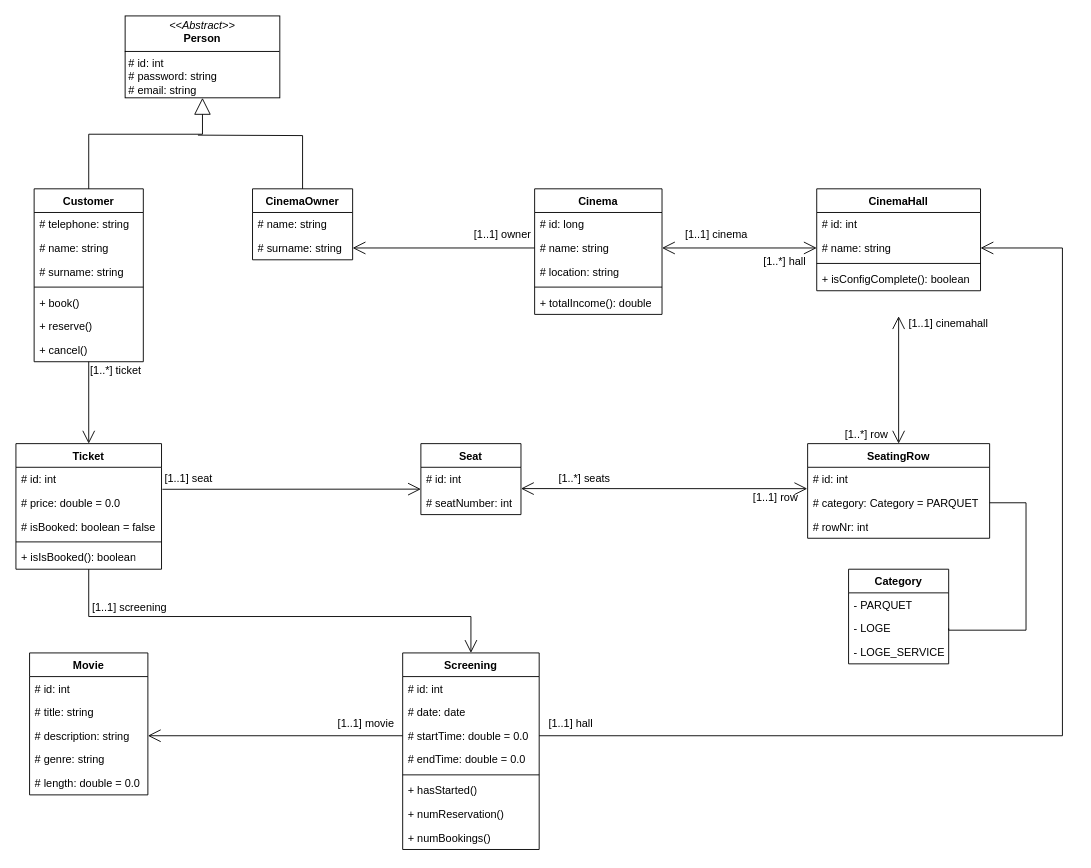
Above: page "UML-Fachklassendiagramm" (1 of 3) of doc/Diagramme.drawio in dlbuchholz/cinema-management-software (draw.io), before the change. Source tidied: cells renumbered, new cells numbered last; positions are measured from the earlier drawing's top-left corner, leaving out a move shared by most shapes. Both pictures are drawn from the tidied source at 91%, with x=0, y=0 at pixel (15, 15).
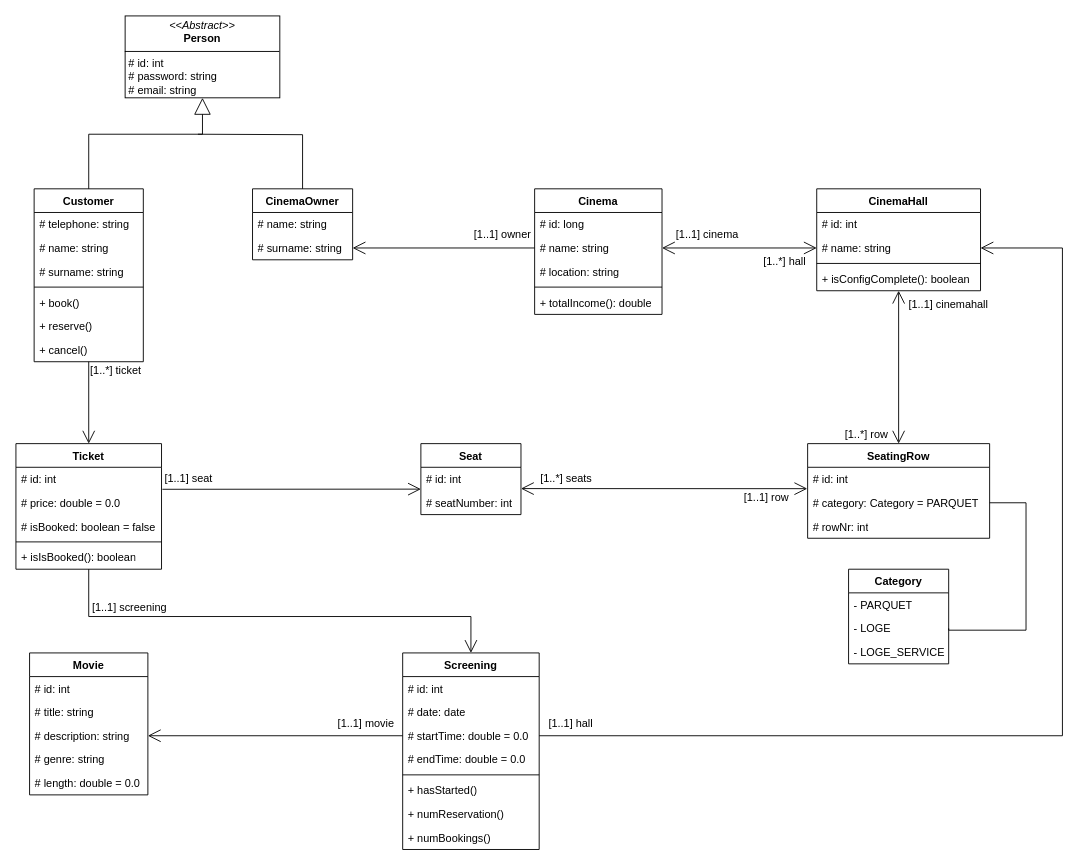
Above is the later version.

The change refers to these unchanged cells:
```xml
<mxCell id="20" value="CinemaOwner" style="swimlane;fontStyle=1;align=center;verticalAlign=top;horizontal=1;startSize=26;whiteSpace=wrap;html=1;" parent="1" vertex="1">
  <mxGeometry x="260" y="190" width="110" height="78" as="geometry" />
</mxCell>
<mxCell id="32" value="CinemaHall" style="swimlane;fontStyle=1;align=center;verticalAlign=top;horizontal=1;startSize=26;whiteSpace=wrap;html=1;" parent="1" vertex="1">
  <mxGeometry x="880" y="190" width="180" height="112" as="geometry" />
</mxCell>
<mxCell id="40" value="SeatingRow" style="swimlane;fontStyle=1;align=center;verticalAlign=top;horizontal=1;startSize=26;whiteSpace=wrap;html=1;" parent="1" vertex="1">
  <mxGeometry x="870" y="470" width="200" height="104" as="geometry" />
</mxCell>
```

Diff of the diagram source:
```diff
@@
     <mxCell id="23" style="endArrow=none;html=1;edgeStyle=orthogonalEdgeStyle;rounded=0;entryX=0.5;entryY=0;entryDx=0;entryDy=0;" parent="1" edge="1" target="20">
       <mxGeometry relative="1" as="geometry">
-        <mxPoint x="200" y="131" as="sourcePoint" />
+        <mxPoint x="200" y="130" as="sourcePoint" />
       </mxGeometry>
     </mxCell>
@@
     <mxCell id="38" value="[1..1] cinema" style="text;html=1;align=center;verticalAlign=middle;whiteSpace=wrap;rounded=0;" parent="1" vertex="1">
-      <mxGeometry x="730" y="230" width="80" height="20" as="geometry" />
+      <mxGeometry x="720" y="230" width="80" height="20" as="geometry" />
     </mxCell>
@@
-    <mxCell id="44" style="endArrow=open;endFill=1;endSize=12;html=1;rounded=0;startArrow=open;startFill=0;startSize=12;exitX=0.5;exitY=0;exitDx=0;exitDy=0;" parent="1" edge="1" source="40">
-      <mxGeometry relative="1" as="geometry">
-        <mxPoint x="970" y="330" as="targetPoint" />
-      </mxGeometry>
+    <mxCell id="44" style="endArrow=open;endFill=1;endSize=12;html=1;rounded=0;startArrow=open;startFill=0;startSize=12;exitX=0.5;exitY=0;exitDx=0;exitDy=0;entryX=0.5;entryY=1;entryDx=0;entryDy=0;" parent="1" edge="1" source="40" target="32">
+      <mxGeometry relative="1" as="geometry" />
     </mxCell>
@@
     <mxCell id="46" value="[1..1] cinemahall" style="text;html=1;align=center;verticalAlign=middle;whiteSpace=wrap;rounded=0;" parent="1" vertex="1">
-      <mxGeometry x="970" y="328" width="110" height="20" as="geometry" />
+      <mxGeometry x="970" y="308" width="110" height="20" as="geometry" />
     </mxCell>
@@
     <mxCell id="56" value="[1..*] seats" style="text;html=1;align=center;verticalAlign=middle;whiteSpace=wrap;rounded=0;" parent="1" vertex="1">
-      <mxGeometry x="590" y="499" width="70" height="20" as="geometry" />
+      <mxGeometry x="570" y="499" width="70" height="20" as="geometry" />
     </mxCell>
     <mxCell id="57" value="[1..1] row" style="text;html=1;align=center;verticalAlign=middle;whiteSpace=wrap;rounded=0;" parent="1" vertex="1">
-      <mxGeometry x="800" y="519" width="70" height="20" as="geometry" />
+      <mxGeometry x="790" y="519" width="70" height="20" as="geometry" />
     </mxCell>
```
